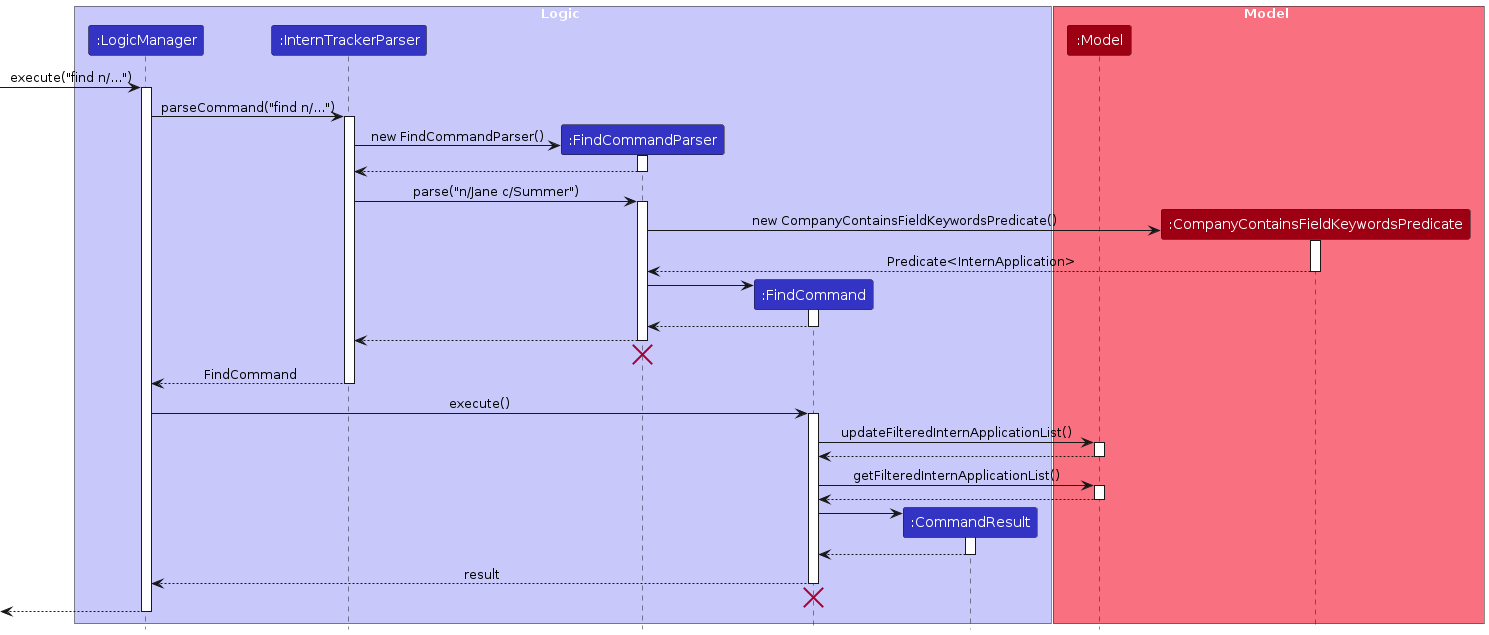
This is diagrams/FindCommandSequenceDiagram.png from AY2324S1-CS2103T-W17-2/tp, a PlantUML export, as it was before one commit. Its source is kept beside it as diagrams/FindCommandSequenceDiagram.puml. Its diagram source:
```plantuml
@startuml
!include style.puml
skinparam ArrowFontStyle plain

box Logic LOGIC_COLOR_T1
participant ":LogicManager" as LogicManager LOGIC_COLOR
participant ":InternTrackerParser" as InternTrackerParser LOGIC_COLOR
participant ":FindCommandParser" as FindCommandParser LOGIC_COLOR
participant ":FindCommand" as FindCommand LOGIC_COLOR
participant ":CommandResult" as CommandResult LOGIC_COLOR
end box

box Model MODEL_COLOR_T1
participant ":Model" as Model MODEL_COLOR
participant ":CompanyContainsFieldKeywordsPredicate" as CompanyContainsFieldKeywordsPredicate MODEL_COLOR
end box

[-> LogicManager : execute("find n/...")
activate LogicManager

LogicManager -> InternTrackerParser : parseCommand("find n/...")
activate InternTrackerParser

create FindCommandParser
InternTrackerParser -> FindCommandParser : new FindCommandParser()
activate FindCommandParser

FindCommandParser --> InternTrackerParser
deactivate FindCommandParser

InternTrackerParser -> FindCommandParser : parse("n/Jane c/Summer")
activate FindCommandParser

create CompanyContainsFieldKeywordsPredicate
FindCommandParser -> CompanyContainsFieldKeywordsPredicate : new CompanyContainsFieldKeywordsPredicate()
activate CompanyContainsFieldKeywordsPredicate

CompanyContainsFieldKeywordsPredicate --> FindCommandParser : Predicate<InternApplication>
deactivate CompanyContainsFieldKeywordsPredicate

create FindCommand
FindCommandParser -> FindCommand
activate FindCommand

FindCommand --> FindCommandParser :
deactivate FindCommand

FindCommandParser --> InternTrackerParser :
deactivate FindCommandParser
FindCommandParser -[hidden]-> InternTrackerParser
destroy FindCommandParser

InternTrackerParser --> LogicManager : FindCommand
deactivate InternTrackerParser

LogicManager -> FindCommand : execute()
activate FindCommand

FindCommand -> Model : updateFilteredInternApplicationList()
activate Model

Model --> FindCommand
deactivate Model

FindCommand -> Model : getFilteredInternApplicationList()
activate Model

Model --> FindCommand
deactivate Model

create CommandResult
FindCommand -> CommandResult
activate CommandResult

CommandResult --> FindCommand
deactivate CommandResult

FindCommand --> LogicManager : result
deactivate FindCommand
FindCommand -[hidden]-> LogicManager
destroy FindCommand

[<--LogicManager
deactivate LogicManager
@enduml
```
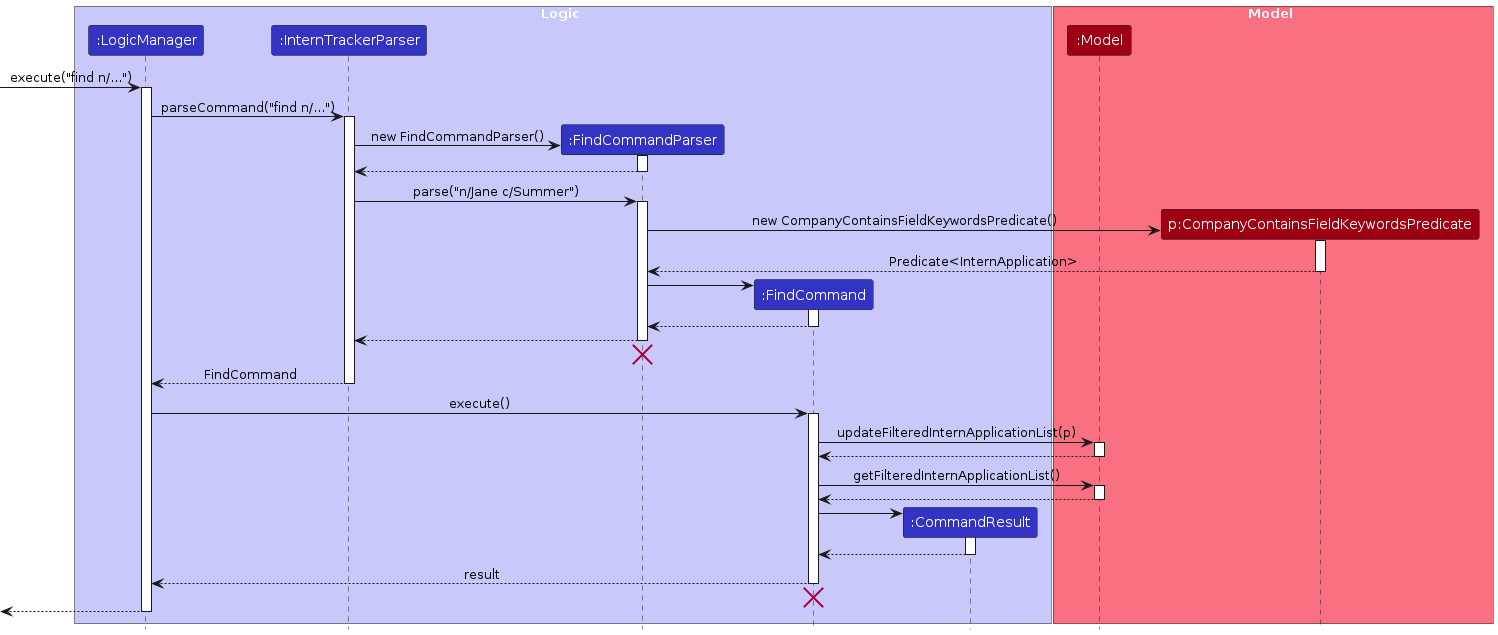
The same file after the commit.

What changed in the source:
```diff
@@ -12,7 +12,7 @@
 
 box Model MODEL_COLOR_T1
 participant ":Model" as Model MODEL_COLOR
-participant ":CompanyContainsFieldKeywordsPredicate" as CompanyContainsFieldKeywordsPredicate MODEL_COLOR
+participant "p:CompanyContainsFieldKeywordsPredicate" as CompanyContainsFieldKeywordsPredicate MODEL_COLOR
 end box
 
 [-> LogicManager : execute("find n/...")
@@ -56,7 +56,7 @@
 LogicManager -> FindCommand : execute()
 activate FindCommand
 
-FindCommand -> Model : updateFilteredInternApplicationList()
+FindCommand -> Model : updateFilteredInternApplicationList(p)
 activate Model
 
 Model --> FindCommand
```
